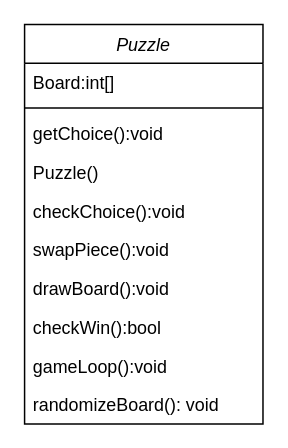
Before: schema/puzzle class.drawio in deeperj/rust, a draw.io diagram. Source tidied: cells renumbered, new cells numbered last; positions are measured from the earlier drawing's top-left corner, leaving out a move shared by most shapes. Both pictures are drawn from the tidied source at 149%, with x=0, y=0 at pixel (24, 24).
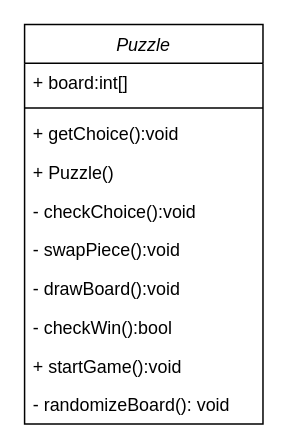
After the change.

Change to the diagram source:
```diff
@@
 <mxGraphModel>
   <root>
     <mxCell id="0" />
     <mxCell id="1" parent="0" />
     <mxCell id="2" value="Puzzle" style="swimlane;fontStyle=2;align=center;verticalAlign=top;horizontal=1;startSize=26;rounded=0;shadow=0;strokeWidth=1;" parent="1" vertex="1">
       <mxGeometry width="160" height="268" as="geometry" />
     </mxCell>
-    <mxCell id="3" value="Board:int[]" style="text;align=left;verticalAlign=top;spacingLeft=4;spacingRight=4;overflow=hidden;" parent="2" vertex="1">
+    <mxCell id="3" value="+ board:int[]" style="text;align=left;verticalAlign=top;spacingLeft=4;spacingRight=4;overflow=hidden;" parent="2" vertex="1">
       <mxGeometry y="26" width="160" height="26" as="geometry" />
     </mxCell>
     <mxCell id="4" style="line;html=1;strokeWidth=1;align=left;verticalAlign=middle;spacingTop=-1;spacingLeft=3;spacingRight=3;labelPosition=right;" parent="2" vertex="1">
       <mxGeometry y="52" width="160" height="8" as="geometry" />
     </mxCell>
-    <mxCell id="5" value="getChoice():void" style="text;align=left;verticalAlign=top;spacingLeft=4;spacingRight=4;overflow=hidden;rounded=0;shadow=0;html=0;" parent="2" vertex="1">
+    <mxCell id="5" value="+ getChoice():void" style="text;align=left;verticalAlign=top;spacingLeft=4;spacingRight=4;overflow=hidden;rounded=0;shadow=0;html=0;" parent="2" vertex="1">
       <mxGeometry y="60" width="160" height="26" as="geometry" />
     </mxCell>
-    <mxCell id="6" value="Puzzle()" style="text;align=left;verticalAlign=top;spacingLeft=4;spacingRight=4;overflow=hidden;rounded=0;shadow=0;html=0;" parent="2" vertex="1">
+    <mxCell id="6" value="+ Puzzle()" style="text;align=left;verticalAlign=top;spacingLeft=4;spacingRight=4;overflow=hidden;rounded=0;shadow=0;html=0;" parent="2" vertex="1">
       <mxGeometry y="86" width="160" height="26" as="geometry" />
     </mxCell>
-    <mxCell id="7" value="checkChoice():void" style="text;align=left;verticalAlign=top;spacingLeft=4;spacingRight=4;overflow=hidden;" parent="2" vertex="1">
+    <mxCell id="7" value="- checkChoice():void" style="text;align=left;verticalAlign=top;spacingLeft=4;spacingRight=4;overflow=hidden;" parent="2" vertex="1">
       <mxGeometry y="112" width="160" height="26" as="geometry" />
     </mxCell>
-    <mxCell id="8" value="swapPiece():void" style="text;align=left;verticalAlign=top;spacingLeft=4;spacingRight=4;overflow=hidden;" parent="2" vertex="1">
+    <mxCell id="8" value="- swapPiece():void" style="text;align=left;verticalAlign=top;spacingLeft=4;spacingRight=4;overflow=hidden;" parent="2" vertex="1">
       <mxGeometry y="138" width="160" height="26" as="geometry" />
     </mxCell>
-    <mxCell id="9" value="drawBoard():void" style="text;align=left;verticalAlign=top;spacingLeft=4;spacingRight=4;overflow=hidden;" parent="2" vertex="1">
+    <mxCell id="9" value="- drawBoard():void" style="text;align=left;verticalAlign=top;spacingLeft=4;spacingRight=4;overflow=hidden;" parent="2" vertex="1">
       <mxGeometry y="164" width="160" height="26" as="geometry" />
     </mxCell>
-    <mxCell id="10" value="checkWin():bool" style="text;align=left;verticalAlign=top;spacingLeft=4;spacingRight=4;overflow=hidden;" parent="2" vertex="1">
+    <mxCell id="10" value="- checkWin():bool" style="text;align=left;verticalAlign=top;spacingLeft=4;spacingRight=4;overflow=hidden;" parent="2" vertex="1">
       <mxGeometry y="190" width="160" height="26" as="geometry" />
     </mxCell>
-    <mxCell id="11" value="gameLoop():void" style="text;align=left;verticalAlign=top;spacingLeft=4;spacingRight=4;overflow=hidden;" parent="2" vertex="1">
+    <mxCell id="11" value="+ startGame():void" style="text;align=left;verticalAlign=top;spacingLeft=4;spacingRight=4;overflow=hidden;" parent="2" vertex="1">
       <mxGeometry y="216" width="160" height="26" as="geometry" />
     </mxCell>
-    <mxCell id="12" value="randomizeBoard(): void" style="text;align=left;verticalAlign=top;spacingLeft=4;spacingRight=4;overflow=hidden;" parent="2" vertex="1">
+    <mxCell id="12" value="- randomizeBoard(): void" style="text;align=left;verticalAlign=top;spacingLeft=4;spacingRight=4;overflow=hidden;" parent="2" vertex="1">
       <mxGeometry y="242" width="160" height="26" as="geometry" />
     </mxCell>
   </root>
 </mxGraphModel>
```
